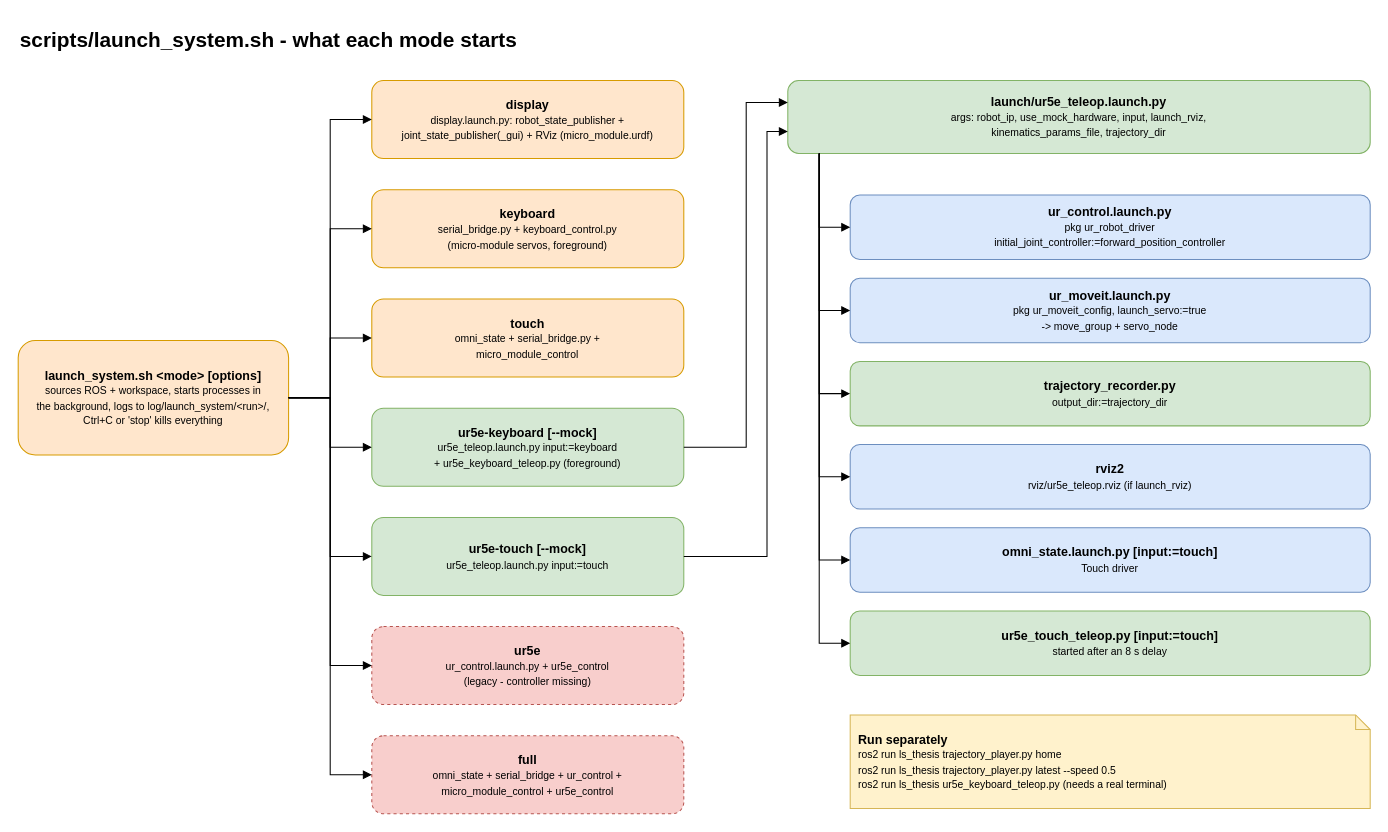
The draw.io diagram page "2 Launching" (2 of 4) of docs/system_architecture.drawio in aknipey/MacroMicroSurgicalRobot, before the edit. Source tidied: cells renumbered, new cells numbered last; positions are measured from the earlier drawing's top-left corner, leaving out a move shared by most shapes. Both pictures are drawn from the tidied source at 104%, with x=0, y=0 at pixel (18, 18).
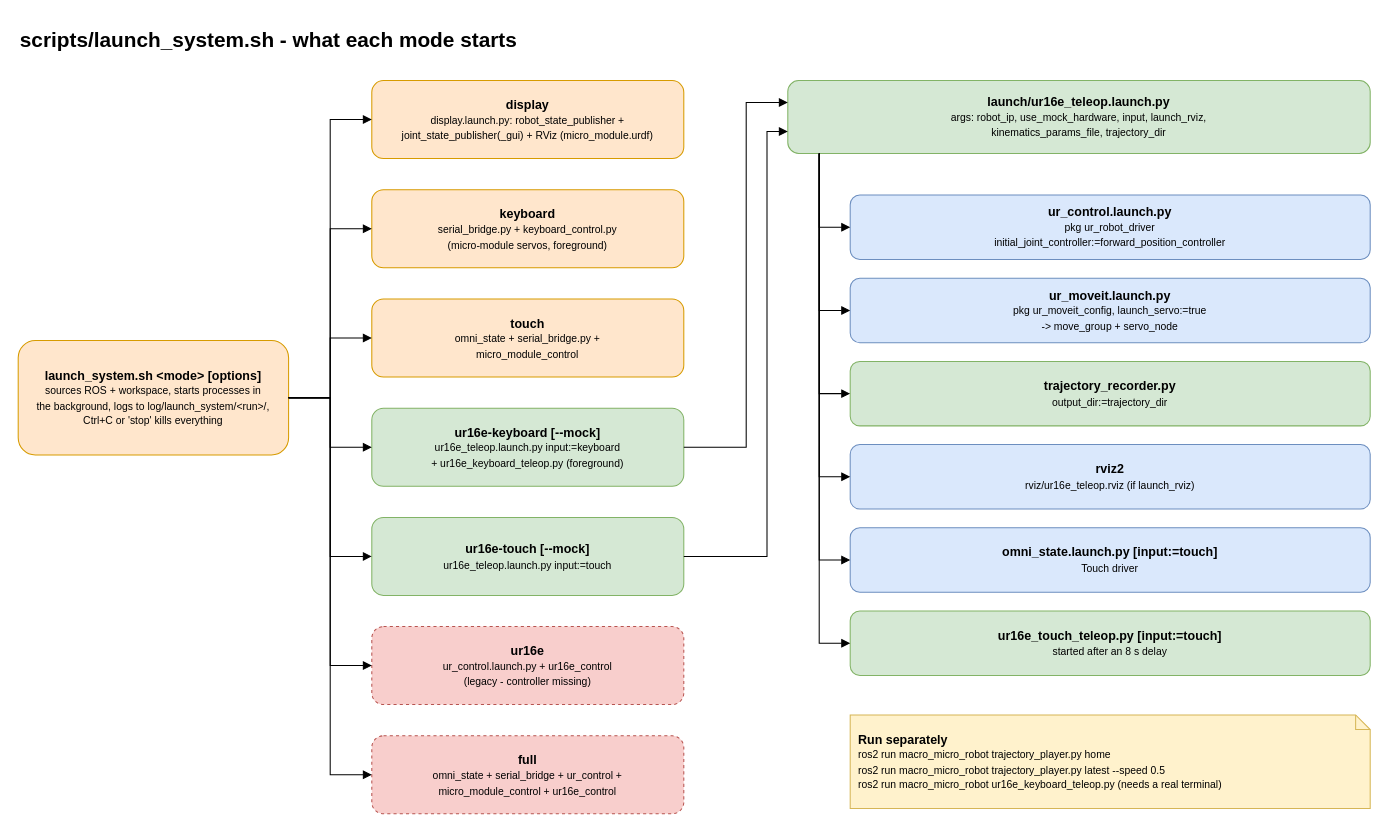
After the change.

What changed in the source:
```diff
@@
-    <mxCell id="10" value="&lt;b&gt;ur5e-keyboard [--mock]&lt;/b&gt;&lt;br&gt;&lt;font style='font-size:10px'&gt;ur5e_teleop.launch.py input:=keyboard&lt;br&gt;+ ur5e_keyboard_teleop.py (foreground)&lt;/font&gt;" style="rounded=1;whiteSpace=wrap;html=1;fillColor=#d5e8d4;strokeColor=#82b366;" parent="1" vertex="1">
+    <mxCell id="10" value="&lt;b&gt;ur16e-keyboard [--mock]&lt;/b&gt;&lt;br&gt;&lt;font style='font-size:10px'&gt;ur16e_teleop.launch.py input:=keyboard&lt;br&gt;+ ur16e_keyboard_teleop.py (foreground)&lt;/font&gt;" style="rounded=1;whiteSpace=wrap;html=1;fillColor=#d5e8d4;strokeColor=#82b366;" parent="1" vertex="1">
       <mxGeometry x="340" y="375" width="300" height="75" as="geometry" />
     </mxCell>
@@
-    <mxCell id="12" value="&lt;b&gt;ur5e-touch [--mock]&lt;/b&gt;&lt;br&gt;&lt;font style='font-size:10px'&gt;ur5e_teleop.launch.py input:=touch&lt;/font&gt;" style="rounded=1;whiteSpace=wrap;html=1;fillColor=#d5e8d4;strokeColor=#82b366;" parent="1" vertex="1">
+    <mxCell id="12" value="&lt;b&gt;ur16e-touch [--mock]&lt;/b&gt;&lt;br&gt;&lt;font style='font-size:10px'&gt;ur16e_teleop.launch.py input:=touch&lt;/font&gt;" style="rounded=1;whiteSpace=wrap;html=1;fillColor=#d5e8d4;strokeColor=#82b366;" parent="1" vertex="1">
       <mxGeometry x="340" y="480" width="300" height="75" as="geometry" />
     </mxCell>
@@
-    <mxCell id="14" value="&lt;b&gt;ur5e&lt;/b&gt;&lt;br&gt;&lt;font style='font-size:10px'&gt;ur_control.launch.py + ur5e_control&lt;br&gt;(legacy - controller missing)&lt;/font&gt;" style="rounded=1;whiteSpace=wrap;html=1;fillColor=#f8cecc;strokeColor=#b85450;dashed=1;" parent="1" vertex="1">
+    <mxCell id="14" value="&lt;b&gt;ur16e&lt;/b&gt;&lt;br&gt;&lt;font style='font-size:10px'&gt;ur_control.launch.py + ur16e_control&lt;br&gt;(legacy - controller missing)&lt;/font&gt;" style="rounded=1;whiteSpace=wrap;html=1;fillColor=#f8cecc;strokeColor=#b85450;dashed=1;" parent="1" vertex="1">
       <mxGeometry x="340" y="585" width="300" height="75" as="geometry" />
     </mxCell>
@@
-    <mxCell id="16" value="&lt;b&gt;full&lt;/b&gt;&lt;br&gt;&lt;font style='font-size:10px'&gt;omni_state + serial_bridge + ur_control +&lt;br&gt;micro_module_control + ur5e_control&lt;/font&gt;" style="rounded=1;whiteSpace=wrap;html=1;fillColor=#f8cecc;strokeColor=#b85450;dashed=1;" parent="1" vertex="1">
+    <mxCell id="16" value="&lt;b&gt;full&lt;/b&gt;&lt;br&gt;&lt;font style='font-size:10px'&gt;omni_state + serial_bridge + ur_control +&lt;br&gt;micro_module_control + ur16e_control&lt;/font&gt;" style="rounded=1;whiteSpace=wrap;html=1;fillColor=#f8cecc;strokeColor=#b85450;dashed=1;" parent="1" vertex="1">
       <mxGeometry x="340" y="690" width="300" height="75" as="geometry" />
     </mxCell>
@@
-    <mxCell id="18" value="&lt;b&gt;launch/ur5e_teleop.launch.py&lt;/b&gt;&lt;br&gt;&lt;font style='font-size:10px'&gt;args: robot_ip, use_mock_hardware, input, launch_rviz,&lt;br&gt;kinematics_params_file, trajectory_dir&lt;/font&gt;" style="rounded=1;whiteSpace=wrap;html=1;fillColor=#d5e8d4;strokeColor=#82b366;" parent="1" vertex="1">
+    <mxCell id="18" value="&lt;b&gt;launch/ur16e_teleop.launch.py&lt;/b&gt;&lt;br&gt;&lt;font style='font-size:10px'&gt;args: robot_ip, use_mock_hardware, input, launch_rviz,&lt;br&gt;kinematics_params_file, trajectory_dir&lt;/font&gt;" style="rounded=1;whiteSpace=wrap;html=1;fillColor=#d5e8d4;strokeColor=#82b366;" parent="1" vertex="1">
       <mxGeometry x="740" y="60" width="560" height="70" as="geometry" />
     </mxCell>
@@
-    <mxCell id="25" value="&lt;b&gt;rviz2&lt;/b&gt;&lt;br&gt;&lt;font style='font-size:10px'&gt;rviz/ur5e_teleop.rviz (if launch_rviz)&lt;/font&gt;" style="rounded=1;whiteSpace=wrap;html=1;fillColor=#dae8fc;strokeColor=#6c8ebf;" parent="1" vertex="1">
+    <mxCell id="25" value="&lt;b&gt;rviz2&lt;/b&gt;&lt;br&gt;&lt;font style='font-size:10px'&gt;rviz/ur16e_teleop.rviz (if launch_rviz)&lt;/font&gt;" style="rounded=1;whiteSpace=wrap;html=1;fillColor=#dae8fc;strokeColor=#6c8ebf;" parent="1" vertex="1">
       <mxGeometry x="800" y="410" width="500" height="62" as="geometry" />
     </mxCell>
@@
-    <mxCell id="29" value="&lt;b&gt;ur5e_touch_teleop.py   [input:=touch]&lt;/b&gt;&lt;br&gt;&lt;font style='font-size:10px'&gt;started after an 8 s delay&lt;/font&gt;" style="rounded=1;whiteSpace=wrap;html=1;fillColor=#d5e8d4;strokeColor=#82b366;" parent="1" vertex="1">
+    <mxCell id="29" value="&lt;b&gt;ur16e_touch_teleop.py   [input:=touch]&lt;/b&gt;&lt;br&gt;&lt;font style='font-size:10px'&gt;started after an 8 s delay&lt;/font&gt;" style="rounded=1;whiteSpace=wrap;html=1;fillColor=#d5e8d4;strokeColor=#82b366;" parent="1" vertex="1">
       <mxGeometry x="800" y="570" width="500" height="62" as="geometry" />
     </mxCell>
@@
-    <mxCell id="33" value="&lt;b&gt;Run separately&lt;/b&gt;&lt;br&gt;&lt;font style='font-size:10px'&gt;ros2 run ls_thesis trajectory_player.py home&lt;br&gt;ros2 run ls_thesis trajectory_player.py latest --speed 0.5&lt;br&gt;ros2 run ls_thesis ur5e_keyboard_teleop.py   (needs a real terminal)&lt;/font&gt;" style="shape=note;whiteSpace=wrap;html=1;size=14;fillColor=#fff2cc;strokeColor=#d6b656;align=left;spacingLeft=6;" parent="1" vertex="1">
+    <mxCell id="33" value="&lt;b&gt;Run separately&lt;/b&gt;&lt;br&gt;&lt;font style='font-size:10px'&gt;ros2 run macro_micro_robot trajectory_player.py home&lt;br&gt;ros2 run macro_micro_robot trajectory_player.py latest --speed 0.5&lt;br&gt;ros2 run macro_micro_robot ur16e_keyboard_teleop.py   (needs a real terminal)&lt;/font&gt;" style="shape=note;whiteSpace=wrap;html=1;size=14;fillColor=#fff2cc;strokeColor=#d6b656;align=left;spacingLeft=6;" parent="1" vertex="1">
       <mxGeometry x="800" y="670" width="500" height="90" as="geometry" />
     </mxCell>
```
